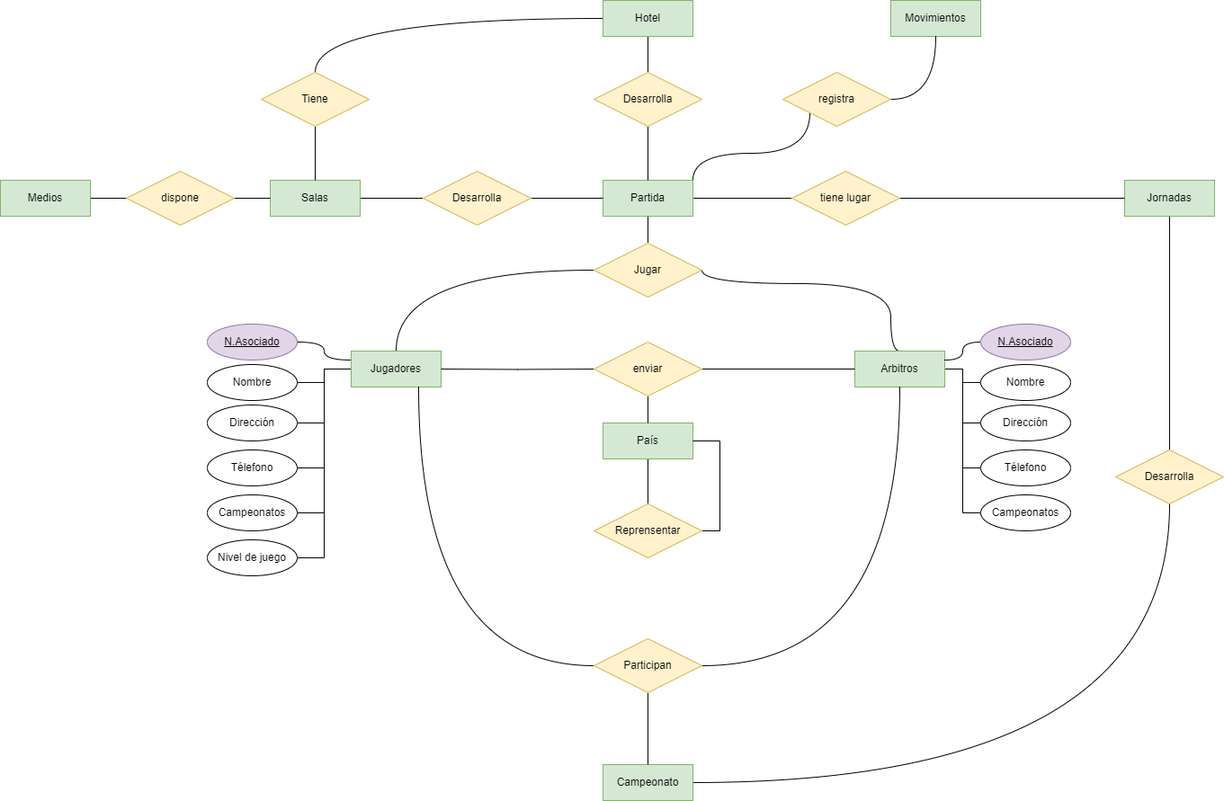
Earlier version of the draw.io export Unidad-1/Tareas/Tarea-evaluable2/tarea_evaluable2.drawio.png (jdrguez/2-Daw). Source tidied: cells renumbered, new cells last; positions are measured from the earlier drawing's top-left corner, leaving out a move shared by most shapes.
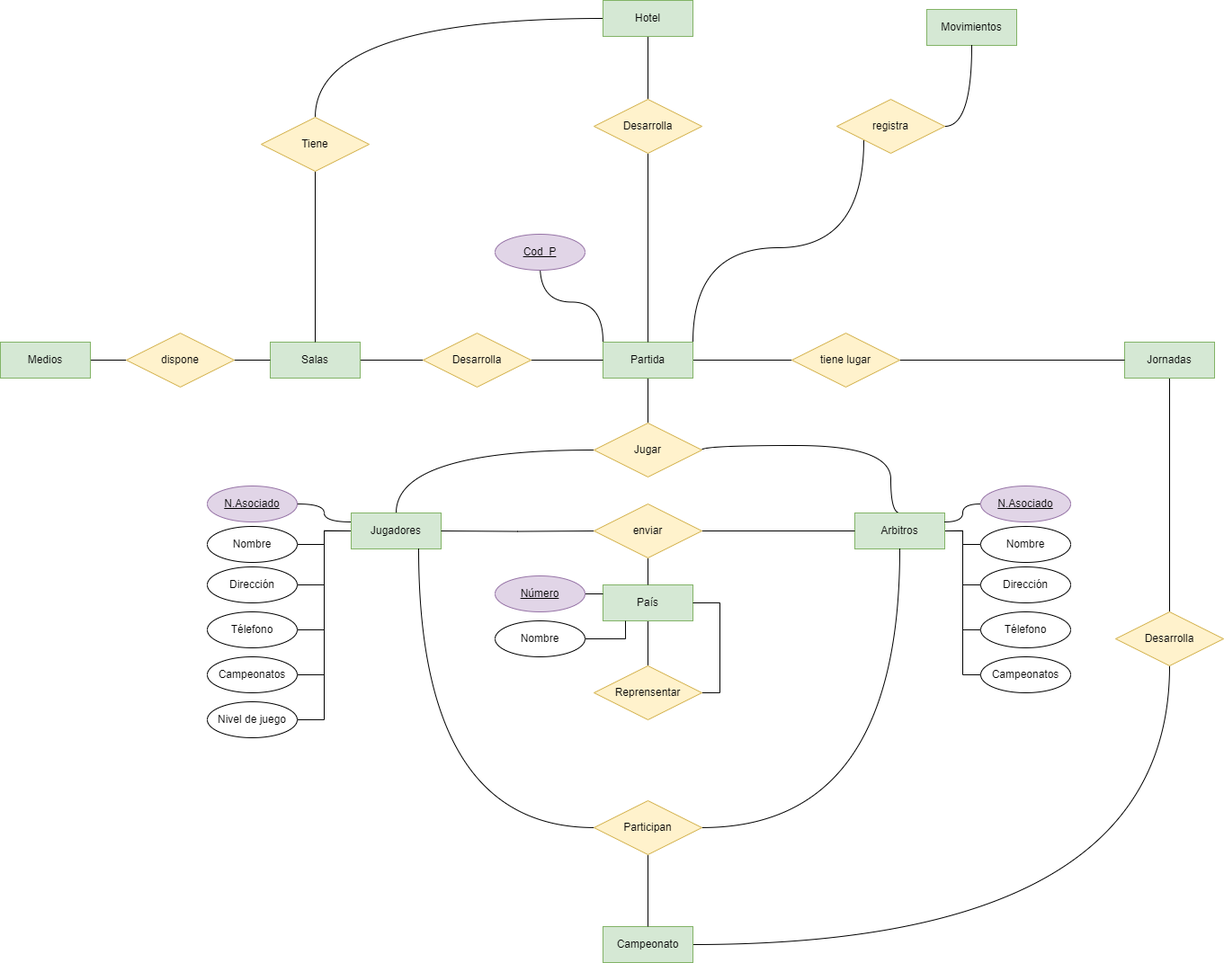
Above is the later version.

The edit, as a diff of the source:
```diff
@@ -11,6 +11,11 @@
     <mxCell id="4" style="edgeStyle=orthogonalEdgeStyle;rounded=0;jettySize=auto;html=1;exitX=1;exitY=0;exitDx=0;exitDy=0;entryX=0;entryY=1;entryDx=0;entryDy=0;endArrow=none;endFill=0;curved=1;" parent="1" edge="1" source="5" target="56">
       <mxGeometry relative="1" as="geometry" />
     </mxCell>
+    <mxCell id="70" style="edgeStyle=orthogonalEdgeStyle;rounded=0;jettySize=auto;html=1;exitX=0;exitY=0;exitDx=0;exitDy=0;curved=1;" parent="1" edge="1" source="5">
+      <mxGeometry relative="1" as="geometry">
+        <mxPoint x="600" y="110" as="targetPoint" />
+      </mxGeometry>
+    </mxCell>
     <mxCell id="5" value="Partida" style="whiteSpace=wrap;html=1;align=center;fillColor=#d5e8d4;strokeColor=#82b366;" parent="1" vertex="1">
       <mxGeometry x="670" y="200" width="100" height="40" as="geometry" />
     </mxCell>
@@ -27,7 +32,7 @@
       </mxGeometry>
     </mxCell>
     <mxCell id="8" value="Jugar" style="shape=rhombus;perimeter=rhombusPerimeter;whiteSpace=wrap;html=1;align=center;fillColor=#fff2cc;strokeColor=#d6b656;" parent="1" vertex="1">
-      <mxGeometry x="660" y="270" width="120" height="60" as="geometry" />
+      <mxGeometry x="660" y="290" width="120" height="60" as="geometry" />
     </mxCell>
     <mxCell id="9" style="edgeStyle=orthogonalEdgeStyle;rounded=0;jettySize=auto;html=1;exitX=0;exitY=0.5;exitDx=0;exitDy=0;entryX=1;entryY=0.5;entryDx=0;entryDy=0;endArrow=none;endFill=0;" parent="1" edge="1" source="14" target="59">
       <mxGeometry relative="1" as="geometry" />
@@ -69,13 +74,13 @@
       <mxGeometry relative="1" as="geometry" />
     </mxCell>
     <mxCell id="22" value="Hotel" style="whiteSpace=wrap;html=1;align=center;fillColor=#d5e8d4;strokeColor=#82b366;" parent="1" vertex="1">
-      <mxGeometry x="670" width="100" height="40" as="geometry" />
+      <mxGeometry x="670" y="-180" width="100" height="40" as="geometry" />
     </mxCell>
     <mxCell id="23" style="edgeStyle=orthogonalEdgeStyle;rounded=0;jettySize=auto;html=1;exitX=0.5;exitY=1;exitDx=0;exitDy=0;endArrow=none;endFill=0;" parent="1" edge="1" source="24" target="5">
       <mxGeometry relative="1" as="geometry" />
     </mxCell>
     <mxCell id="24" value="Desarrolla" style="shape=rhombus;perimeter=rhombusPerimeter;whiteSpace=wrap;html=1;align=center;fillColor=#fff2cc;strokeColor=#d6b656;" parent="1" vertex="1">
-      <mxGeometry x="660" y="80" width="120" height="60" as="geometry" />
+      <mxGeometry x="660" y="-70" width="120" height="60" as="geometry" />
     </mxCell>
     <mxCell id="25" style="edgeStyle=orthogonalEdgeStyle;rounded=0;jettySize=auto;html=1;exitX=1;exitY=0.5;exitDx=0;exitDy=0;entryX=0.5;entryY=1;entryDx=0;entryDy=0;curved=1;endArrow=none;endFill=0;" parent="1" edge="1" source="26" target="32">
       <mxGeometry relative="1" as="geometry" />
@@ -120,7 +125,7 @@
       <mxGeometry relative="1" as="geometry" />
     </mxCell>
     <mxCell id="39" value="Tiene" style="shape=rhombus;perimeter=rhombusPerimeter;whiteSpace=wrap;html=1;align=center;fillColor=#fff2cc;strokeColor=#d6b656;" parent="1" vertex="1">
-      <mxGeometry x="290" y="80" width="120" height="60" as="geometry" />
+      <mxGeometry x="290" y="-50" width="120" height="60" as="geometry" />
     </mxCell>
     <mxCell id="40" style="edgeStyle=orthogonalEdgeStyle;rounded=0;jettySize=auto;html=1;exitX=1;exitY=0.5;exitDx=0;exitDy=0;entryX=0;entryY=0.5;entryDx=0;entryDy=0;endArrow=none;endFill=0;" parent="1" edge="1" source="41" target="5">
       <mxGeometry relative="1" as="geometry" />
@@ -167,13 +172,13 @@
       <mxGeometry x="660" y="560" width="120" height="60" as="geometry" />
     </mxCell>
     <mxCell id="54" value="Movimientos" style="whiteSpace=wrap;html=1;align=center;fillColor=#d5e8d4;strokeColor=#82b366;" parent="1" vertex="1">
-      <mxGeometry x="990" width="100" height="40" as="geometry" />
+      <mxGeometry x="1030" y="-170" width="100" height="40" as="geometry" />
     </mxCell>
     <mxCell id="55" style="edgeStyle=orthogonalEdgeStyle;rounded=0;jettySize=auto;html=1;exitX=1;exitY=0.5;exitDx=0;exitDy=0;entryX=0.5;entryY=1;entryDx=0;entryDy=0;endArrow=none;endFill=0;curved=1;" parent="1" edge="1" source="56" target="54">
       <mxGeometry relative="1" as="geometry" />
     </mxCell>
     <mxCell id="56" value="registra" style="shape=rhombus;perimeter=rhombusPerimeter;whiteSpace=wrap;html=1;align=center;fillColor=#fff2cc;strokeColor=#d6b656;" parent="1" vertex="1">
-      <mxGeometry x="870" y="80" width="120" height="60" as="geometry" />
+      <mxGeometry x="930" y="-70" width="120" height="60" as="geometry" />
     </mxCell>
     <mxCell id="57" style="edgeStyle=orthogonalEdgeStyle;rounded=0;jettySize=auto;html=1;exitX=1;exitY=0.5;exitDx=0;exitDy=0;entryX=0;entryY=0.25;entryDx=0;entryDy=0;curved=1;endArrow=none;endFill=0;" parent="1" edge="1" source="58" target="14">
       <mxGeometry relative="1" as="geometry" />
@@ -214,5 +219,20 @@
     <mxCell id="69" value="Campeonatos" style="ellipse;whiteSpace=wrap;html=1;align=center;" parent="1" vertex="1">
       <mxGeometry x="1090" y="550" width="100" height="40" as="geometry" />
     </mxCell>
+    <mxCell id="71" style="edgeStyle=orthogonalEdgeStyle;rounded=0;jettySize=auto;html=1;exitX=1;exitY=0.5;exitDx=0;exitDy=0;entryX=0;entryY=0.25;entryDx=0;entryDy=0;endArrow=none;endFill=0;" parent="1" edge="1" source="72" target="47">
+      <mxGeometry relative="1" as="geometry" />
+    </mxCell>
+    <mxCell id="72" value="Número" style="ellipse;whiteSpace=wrap;html=1;align=center;fontStyle=4;fillColor=#e1d5e7;strokeColor=#9673a6;" parent="1" vertex="1">
+      <mxGeometry x="550" y="460" width="100" height="40" as="geometry" />
+    </mxCell>
+    <mxCell id="73" style="edgeStyle=orthogonalEdgeStyle;rounded=0;jettySize=auto;html=1;exitX=1;exitY=0.5;exitDx=0;exitDy=0;entryX=0.25;entryY=1;entryDx=0;entryDy=0;endArrow=none;endFill=0;" parent="1" edge="1" source="74" target="47">
+      <mxGeometry relative="1" as="geometry" />
+    </mxCell>
+    <mxCell id="74" value="Nombre" style="ellipse;whiteSpace=wrap;html=1;align=center;" parent="1" vertex="1">
+      <mxGeometry x="550" y="510" width="100" height="40" as="geometry" />
+    </mxCell>
+    <mxCell id="75" value="Cod_P" style="ellipse;whiteSpace=wrap;html=1;align=center;fontStyle=4;fillColor=#e1d5e7;strokeColor=#9673a6;" parent="1" vertex="1">
+      <mxGeometry x="550" y="80" width="100" height="40" as="geometry" />
+    </mxCell>
   </root>
 </mxGraphModel>
```
